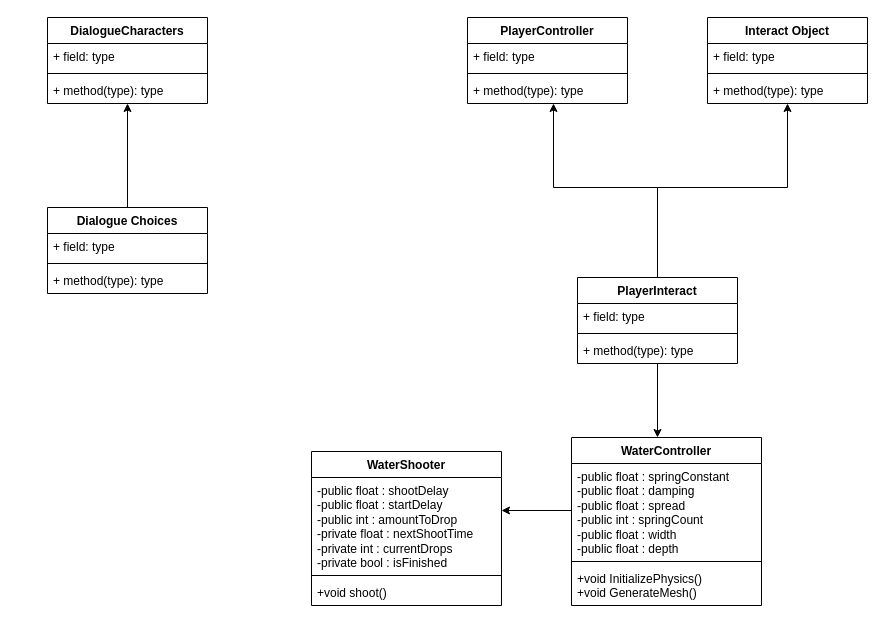
Blindman2233/ForDiagram keeps this draw.io diagram as skibidi Diagram.drawio. Above is the earlier version. Source tidied: cells renumbered, new cells numbered last; positions are measured from the earlier drawing's top-left corner, leaving out a move shared by most shapes. Both pictures are drawn from the tidied source at 100%, with x=0, y=0 at pixel (47, 17).
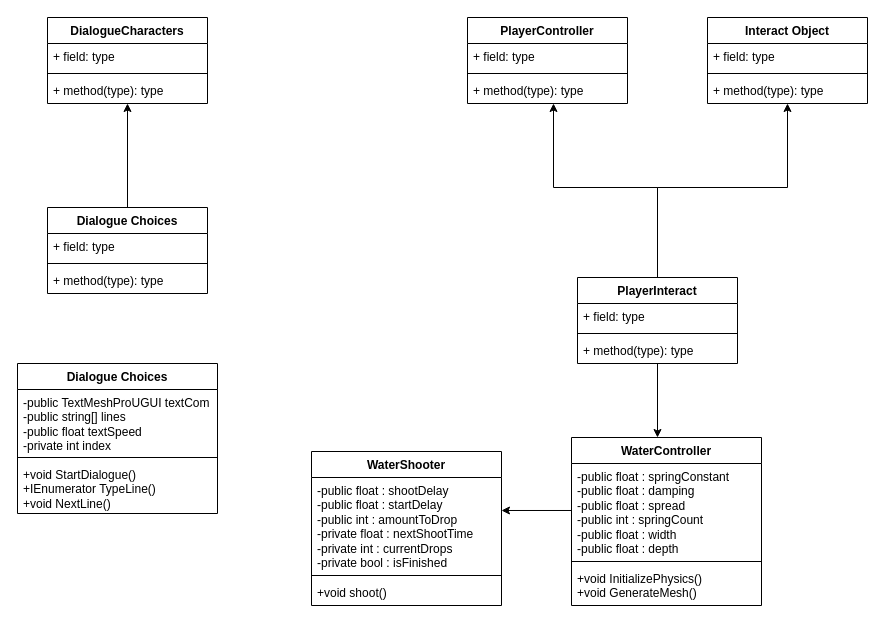
The same diagram, later.

What changed in the source:
```diff
@@
+    <mxCell id="35" value="Dialogue Choices" style="swimlane;fontStyle=1;align=center;verticalAlign=top;horizontal=1;startSize=26;whiteSpace=wrap;html=1;" parent="1" vertex="1">
+      <mxGeometry x="-30" y="346" width="200" height="150" as="geometry" />
+    </mxCell>
+    <mxCell id="36" value="&lt;div&gt;-public TextMeshProUGUI textCom&lt;/div&gt;&lt;div&gt;-public string[] lines&lt;/div&gt;&lt;div&gt;-public float textSpeed&lt;/div&gt;&lt;div&gt;&lt;span style=&quot;background-color: transparent; color: light-dark(rgb(0, 0, 0), rgb(255, 255, 255));&quot;&gt;-private int index&lt;/span&gt;&lt;/div&gt;" style="text;strokeColor=none;fillColor=none;align=left;verticalAlign=top;spacingLeft=4;spacingRight=4;overflow=hidden;whiteSpace=wrap;html=1;" parent="35" vertex="1">
+      <mxGeometry y="26" width="200" height="64" as="geometry" />
+    </mxCell>
+    <mxCell id="37" style="line;strokeWidth=1;fillColor=none;align=left;verticalAlign=middle;spacingTop=-1;spacingLeft=3;spacingRight=3;labelPosition=right;strokeColor=inherit;" parent="35" vertex="1">
+      <mxGeometry y="90" width="200" height="8" as="geometry" />
+    </mxCell>
+    <mxCell id="38" value="+void StartDialogue()&lt;div&gt;+IEnumerator TypeLine()&lt;/div&gt;&lt;div&gt;+void NextLine()&lt;/div&gt;" style="text;strokeColor=none;fillColor=none;align=left;verticalAlign=top;spacingLeft=4;spacingRight=4;overflow=hidden;whiteSpace=wrap;html=1;" parent="35" vertex="1">
+      <mxGeometry y="98" width="200" height="52" as="geometry" />
+    </mxCell>
```
